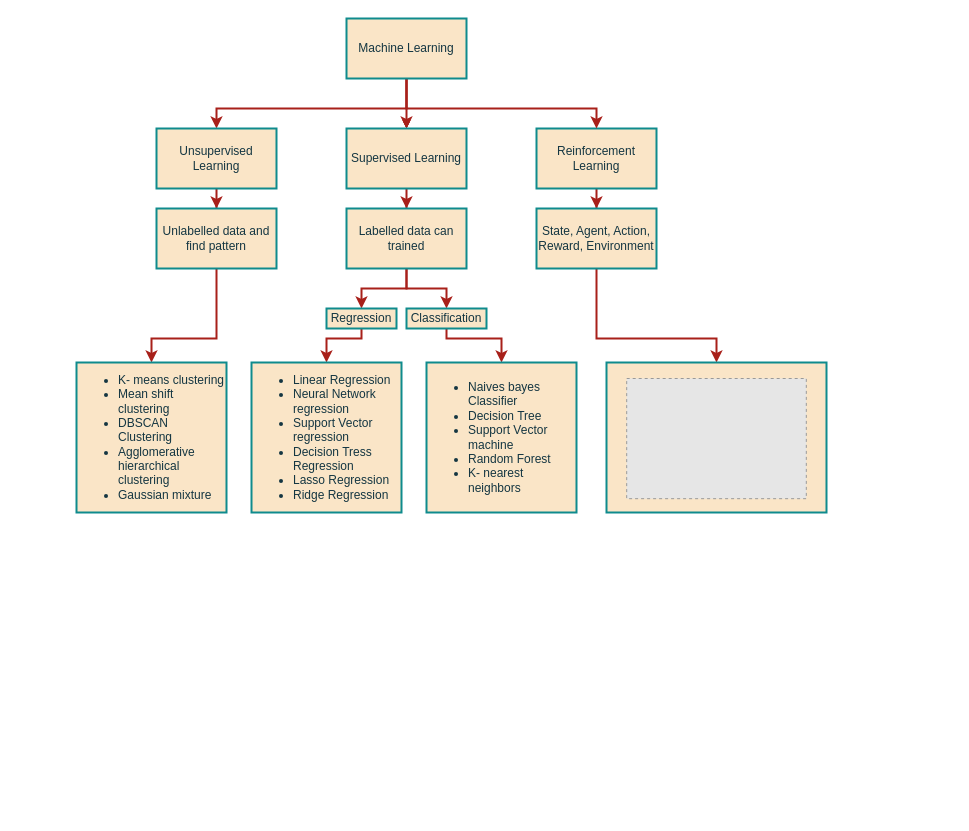
Earlier version of the draw.io diagram RL.drawio (bapukokare/assignment). Source tidied: cells renumbered, new cells numbered last; positions are measured from the earlier drawing's top-left corner, leaving out a move shared by most shapes. Both pictures are drawn from the tidied source at 100%, with x=0, y=0 at pixel (76, 18). Pictures stored in the file or linked from it are replaced by grey dashed boxes.
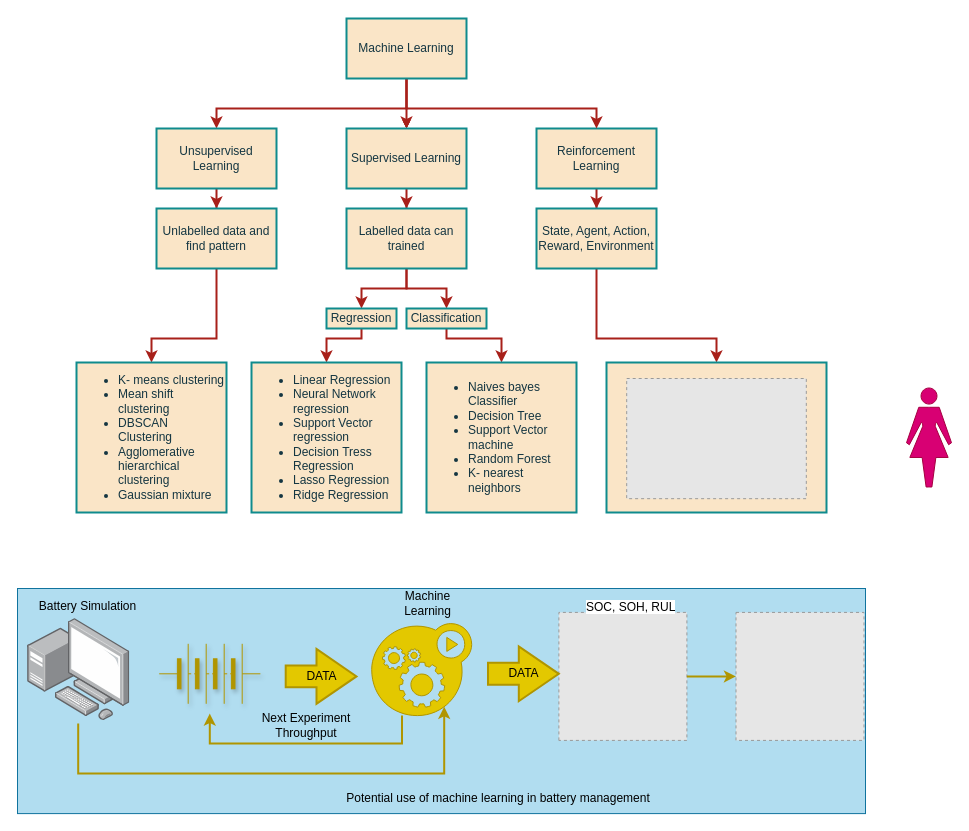
After the change.

What changed in the source:
```diff
@@
+    <mxCell id="31" style="shape=mxgraph.signs.people.woman_2;html=1;fillColor=#d80073;strokeColor=#A50040;verticalLabelPosition=bottom;verticalAlign=top;align=center;sketch=0;fontColor=#ffffff;" parent="1" vertex="1">
+      <mxGeometry x="830" y="369.5" width="45" height="99" as="geometry" />
+    </mxCell>
+    <mxCell id="32" style="group;fillColor=#b1ddf0;strokeColor=#10739e;" parent="1" vertex="1">
+      <mxGeometry x="-59" y="570" width="848" height="225.1" as="geometry" />
+    </mxCell>
+    <mxCell id="33" style="fillColor=#E6E6E6;strokeColor=#999999;dashed=1;html=1;verticalAlign=top;verticalLabelPosition=bottom;labelBackgroundColor=#ffffff;rotation=-90;fontColor=#000000;" parent="32" vertex="1">
+      <mxGeometry x="541.4" y="23.9" width="128" height="128" as="geometry" />
+    </mxCell>
+    <mxCell id="34" style="image;html=1;align=center;shadow=0;dashed=0;image=img/lib/allied_telesis/computer_and_terminals/Personal_Computer_with_Server.svg;strokeWidth=1;fillColor=#e3c800;strokeColor=#B09500;fontColor=#000000;" parent="32" vertex="1">
+      <mxGeometry x="10.1" y="30" width="102.2" height="102.2" as="geometry" />
+    </mxCell>
+    <mxCell id="35" style="verticalLabelPosition=bottom;shadow=1;dashed=0;align=center;html=1;verticalAlign=top;shape=mxgraph.electrical.miscellaneous.batteryStack;fillColor=#e3c800;strokeColor=#B09500;fontColor=#000000;" parent="32" vertex="1">
+      <mxGeometry x="141.7" y="55.3" width="101.2" height="60" as="geometry" />
+    </mxCell>
+    <mxCell id="36" style="edgeStyle=orthogonalEdgeStyle;rounded=0;jettySize=auto;html=1;strokeWidth=2;fillColor=#e3c800;strokeColor=#B09500;" parent="32" edge="1" source="37">
+      <mxGeometry relative="1" as="geometry">
+        <mxPoint x="192.3" y="125.1" as="targetPoint" />
+        <Array as="points">
+          <mxPoint x="384.5" y="155.1" />
+          <mxPoint x="192.3" y="155.1" />
+        </Array>
+      </mxGeometry>
+    </mxCell>
+    <mxCell id="37" style="sketch=0;html=1;strokeColor=#B09500;shadow=0;fillColor=#e3c800;verticalAlign=top;labelPosition=center;verticalLabelPosition=bottom;shape=mxgraph.gcp2.gear_load;fontColor=#000000;" parent="32" vertex="1">
+      <mxGeometry x="354.2" y="35.1" width="100" height="92" as="geometry" />
+    </mxCell>
+    <mxCell id="38" style="edgeStyle=orthogonalEdgeStyle;rounded=0;jettySize=auto;html=1;fillColor=#e3c800;strokeColor=#B09500;strokeWidth=2;" parent="32" edge="1" source="33" target="41">
+      <mxGeometry relative="1" as="geometry" />
+    </mxCell>
+    <mxCell id="39" value="DATA" style="html=1;shadow=0;dashed=0;align=center;verticalAlign=middle;shape=mxgraph.arrows2.arrow;dy=0.6;dx=40;notch=0;strokeWidth=2;fillColor=#e3c800;strokeColor=#B09500;fontColor=#000000;" parent="32" vertex="1">
+      <mxGeometry x="268.2" y="60.5" width="70.8" height="54.8" as="geometry" />
+    </mxCell>
+    <mxCell id="40" value="DATA" style="html=1;shadow=0;dashed=0;align=center;verticalAlign=middle;shape=mxgraph.arrows2.arrow;dy=0.6;dx=40;notch=0;strokeWidth=2;fillColor=#e3c800;strokeColor=#B09500;fontColor=#000000;" parent="32" vertex="1">
+      <mxGeometry x="470.5" y="57.9" width="70.8" height="54.8" as="geometry" />
+    </mxCell>
+    <mxCell id="41" style="fillColor=#E6E6E6;strokeColor=#999999;dashed=1;html=1;verticalAlign=top;verticalLabelPosition=bottom;labelBackgroundColor=#ffffff;fontColor=#000000;" parent="32" vertex="1">
+      <mxGeometry x="718.5" y="23.9" width="128" height="128" as="geometry" />
+    </mxCell>
+    <mxCell id="42" style="edgeStyle=orthogonalEdgeStyle;rounded=0;jettySize=auto;html=1;entryX=0.725;entryY=0.904;entryDx=0;entryDy=0;entryPerimeter=0;strokeWidth=2;fillColor=#e3c800;strokeColor=#B09500;" parent="32" edge="1" target="37">
+      <mxGeometry relative="1" as="geometry">
+        <mxPoint x="60.7" y="135.1" as="sourcePoint" />
+        <Array as="points">
+          <mxPoint x="60.7" y="185.1" />
+          <mxPoint x="427" y="185.1" />
+        </Array>
+      </mxGeometry>
+    </mxCell>
+    <mxCell id="43" value="Machine Learning" style="text;strokeColor=none;align=center;fillColor=none;html=1;verticalAlign=middle;whiteSpace=wrap;rounded=0;" parent="32" vertex="1">
+      <mxGeometry x="379.5" width="60.7" height="30" as="geometry" />
+    </mxCell>
+    <mxCell id="44" value="Next Experiment Throughput" style="text;strokeColor=none;align=center;fillColor=none;html=1;verticalAlign=middle;whiteSpace=wrap;rounded=0;" parent="32" vertex="1">
+      <mxGeometry x="222.6" y="121.9" width="131.6" height="30" as="geometry" />
+    </mxCell>
+    <mxCell id="45" value="Potential use of machine learning in battery management" style="text;strokeColor=none;align=center;fillColor=none;html=1;verticalAlign=middle;whiteSpace=wrap;rounded=0;" parent="32" vertex="1">
+      <mxGeometry x="232.7" y="195.1" width="495.8" height="30" as="geometry" />
+    </mxCell>
+    <mxCell id="46" value="&lt;span style=&quot;color: rgb(0, 0, 0); font-family: Helvetica; font-size: 12px; font-style: normal; font-variant-ligatures: normal; font-variant-caps: normal; font-weight: 400; letter-spacing: normal; orphans: 2; text-align: center; text-indent: 0px; text-transform: none; widows: 2; word-spacing: 0px; -webkit-text-stroke-width: 0px; background-color: rgb(255, 255, 255); text-decoration-thickness: initial; text-decoration-style: initial; text-decoration-color: initial; float: none; display: inline !important;&quot;&gt;SOC, SOH, RUL&lt;/span&gt;" style="text;whiteSpace=wrap;html=1;" parent="32" vertex="1">
+      <mxGeometry x="566.7" y="5.1" width="101.2" height="24.9" as="geometry" />
+    </mxCell>
+    <mxCell id="47" value="Battery Simulation" style="text;html=1;align=center;verticalAlign=middle;strokeColor=none;fillColor=none;" parent="32" vertex="1">
+      <mxGeometry x="10.1" y="2.6" width="120" height="30" as="geometry" />
+    </mxCell>
```
